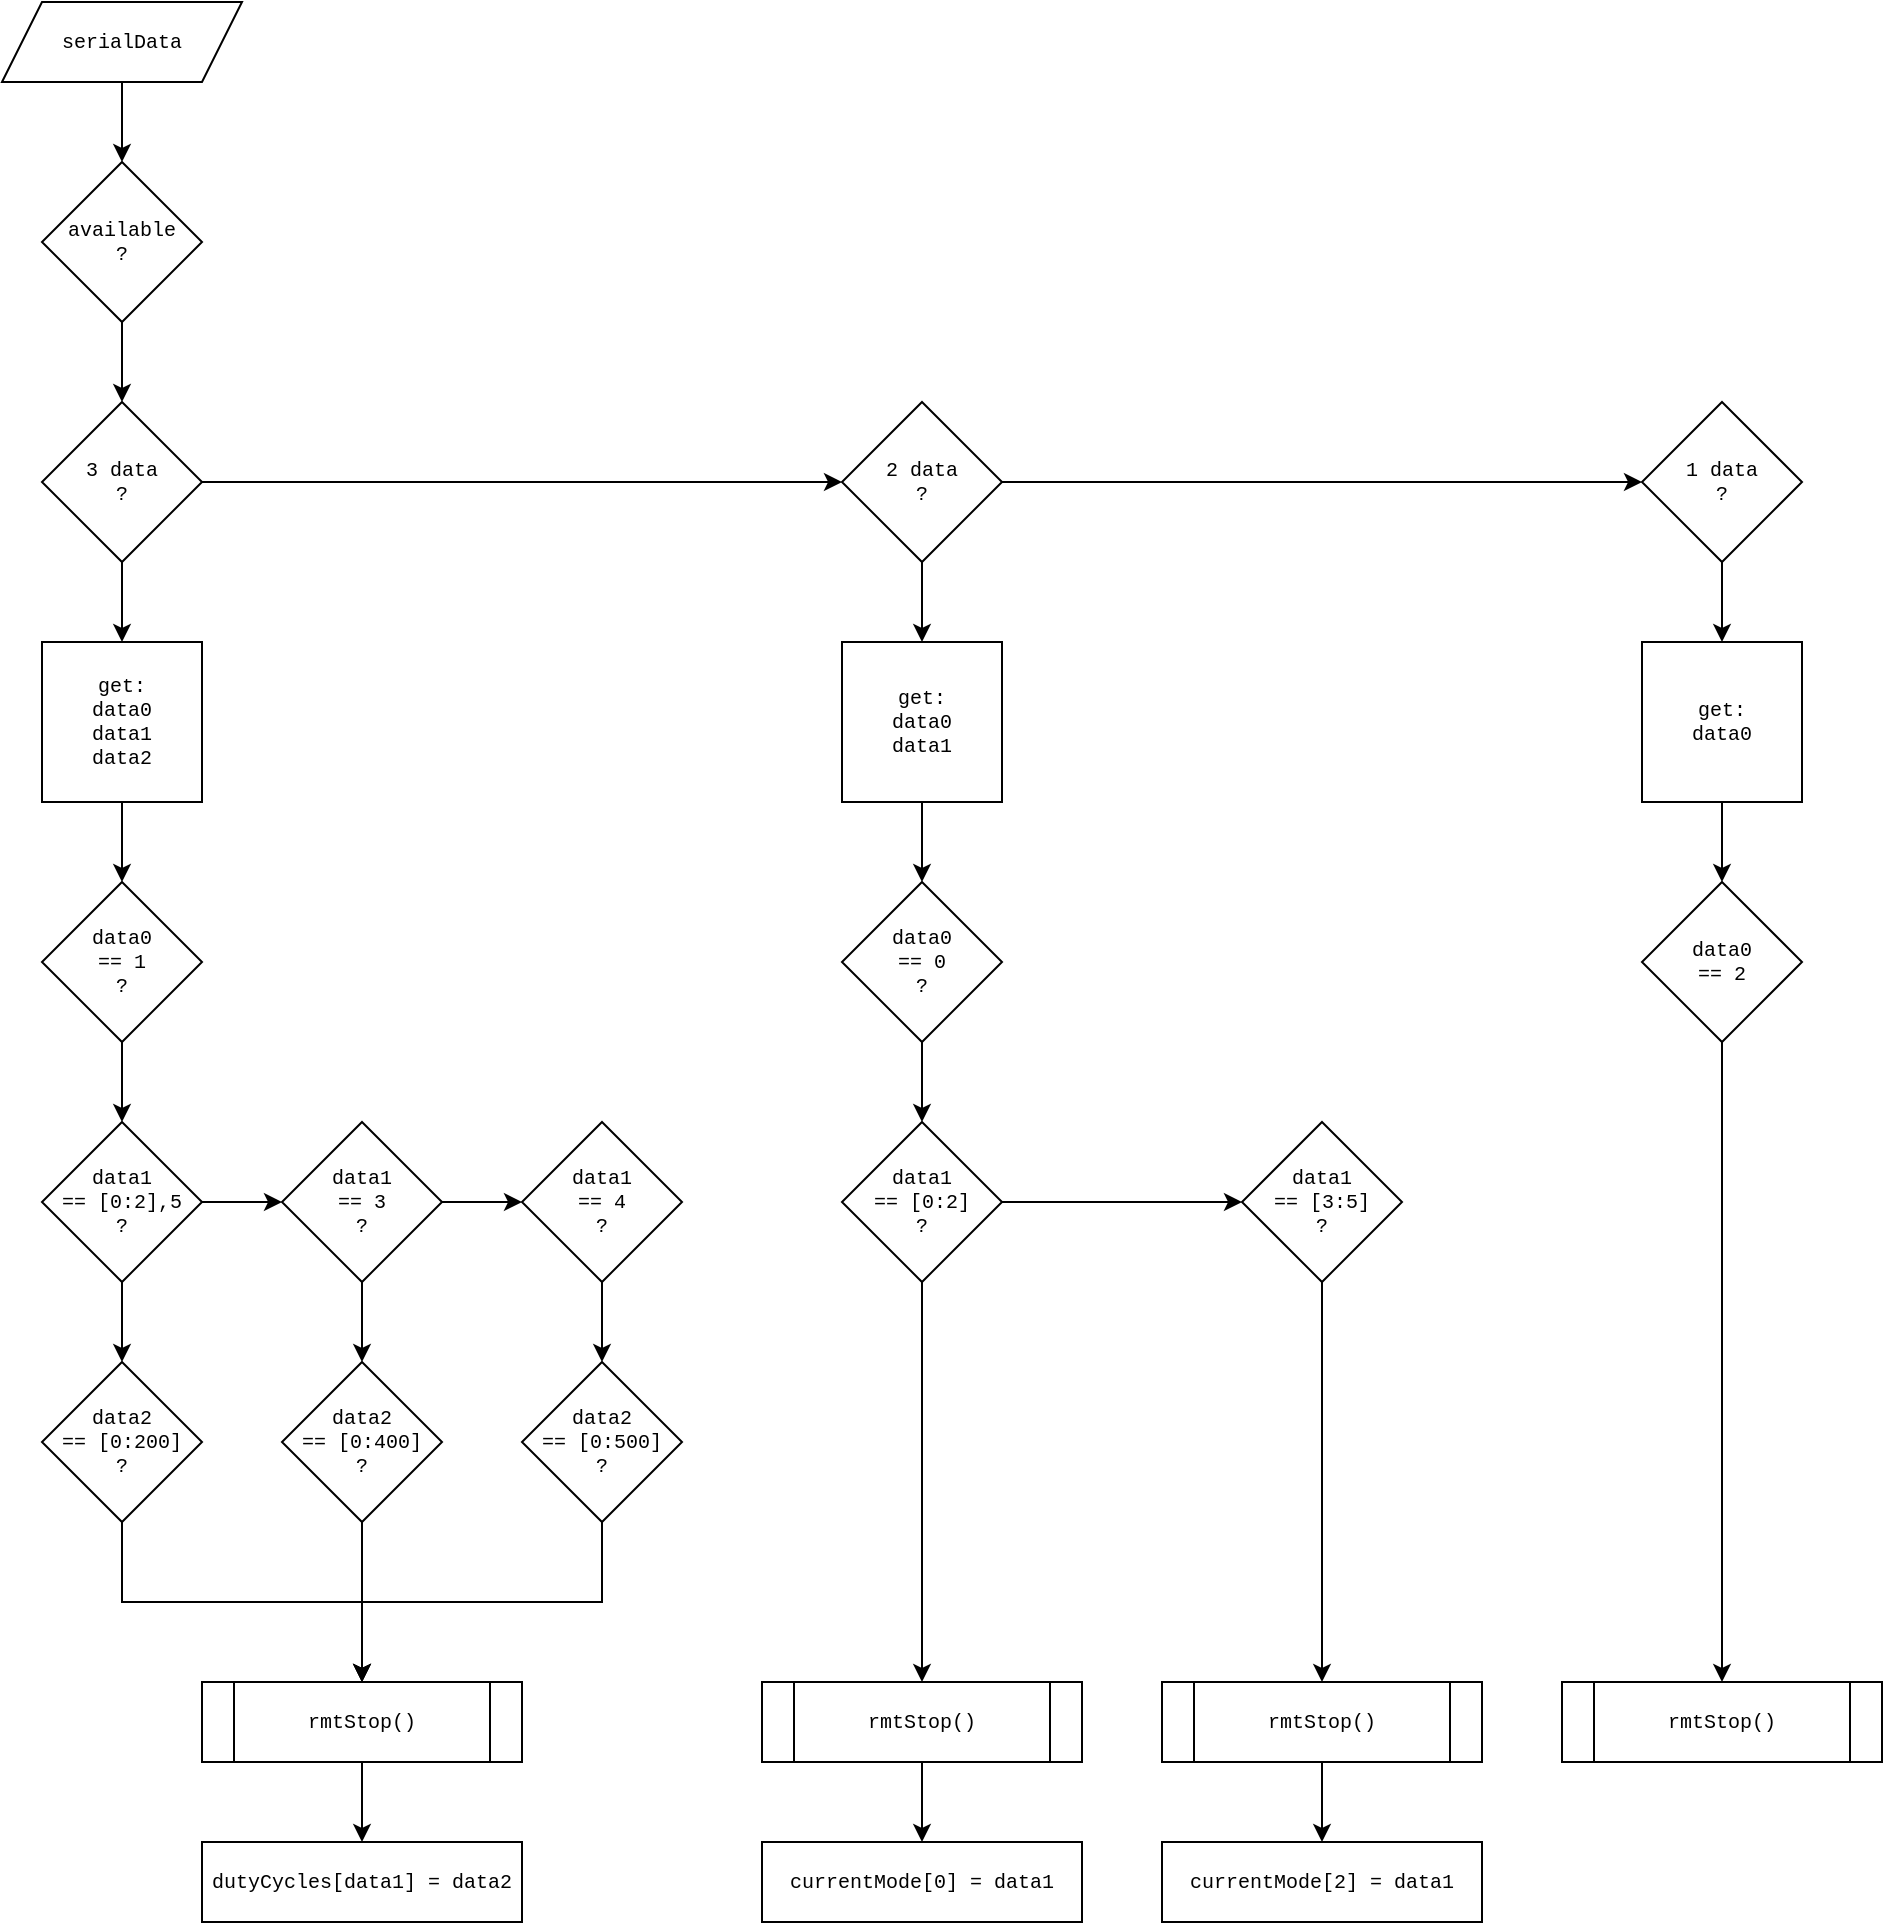
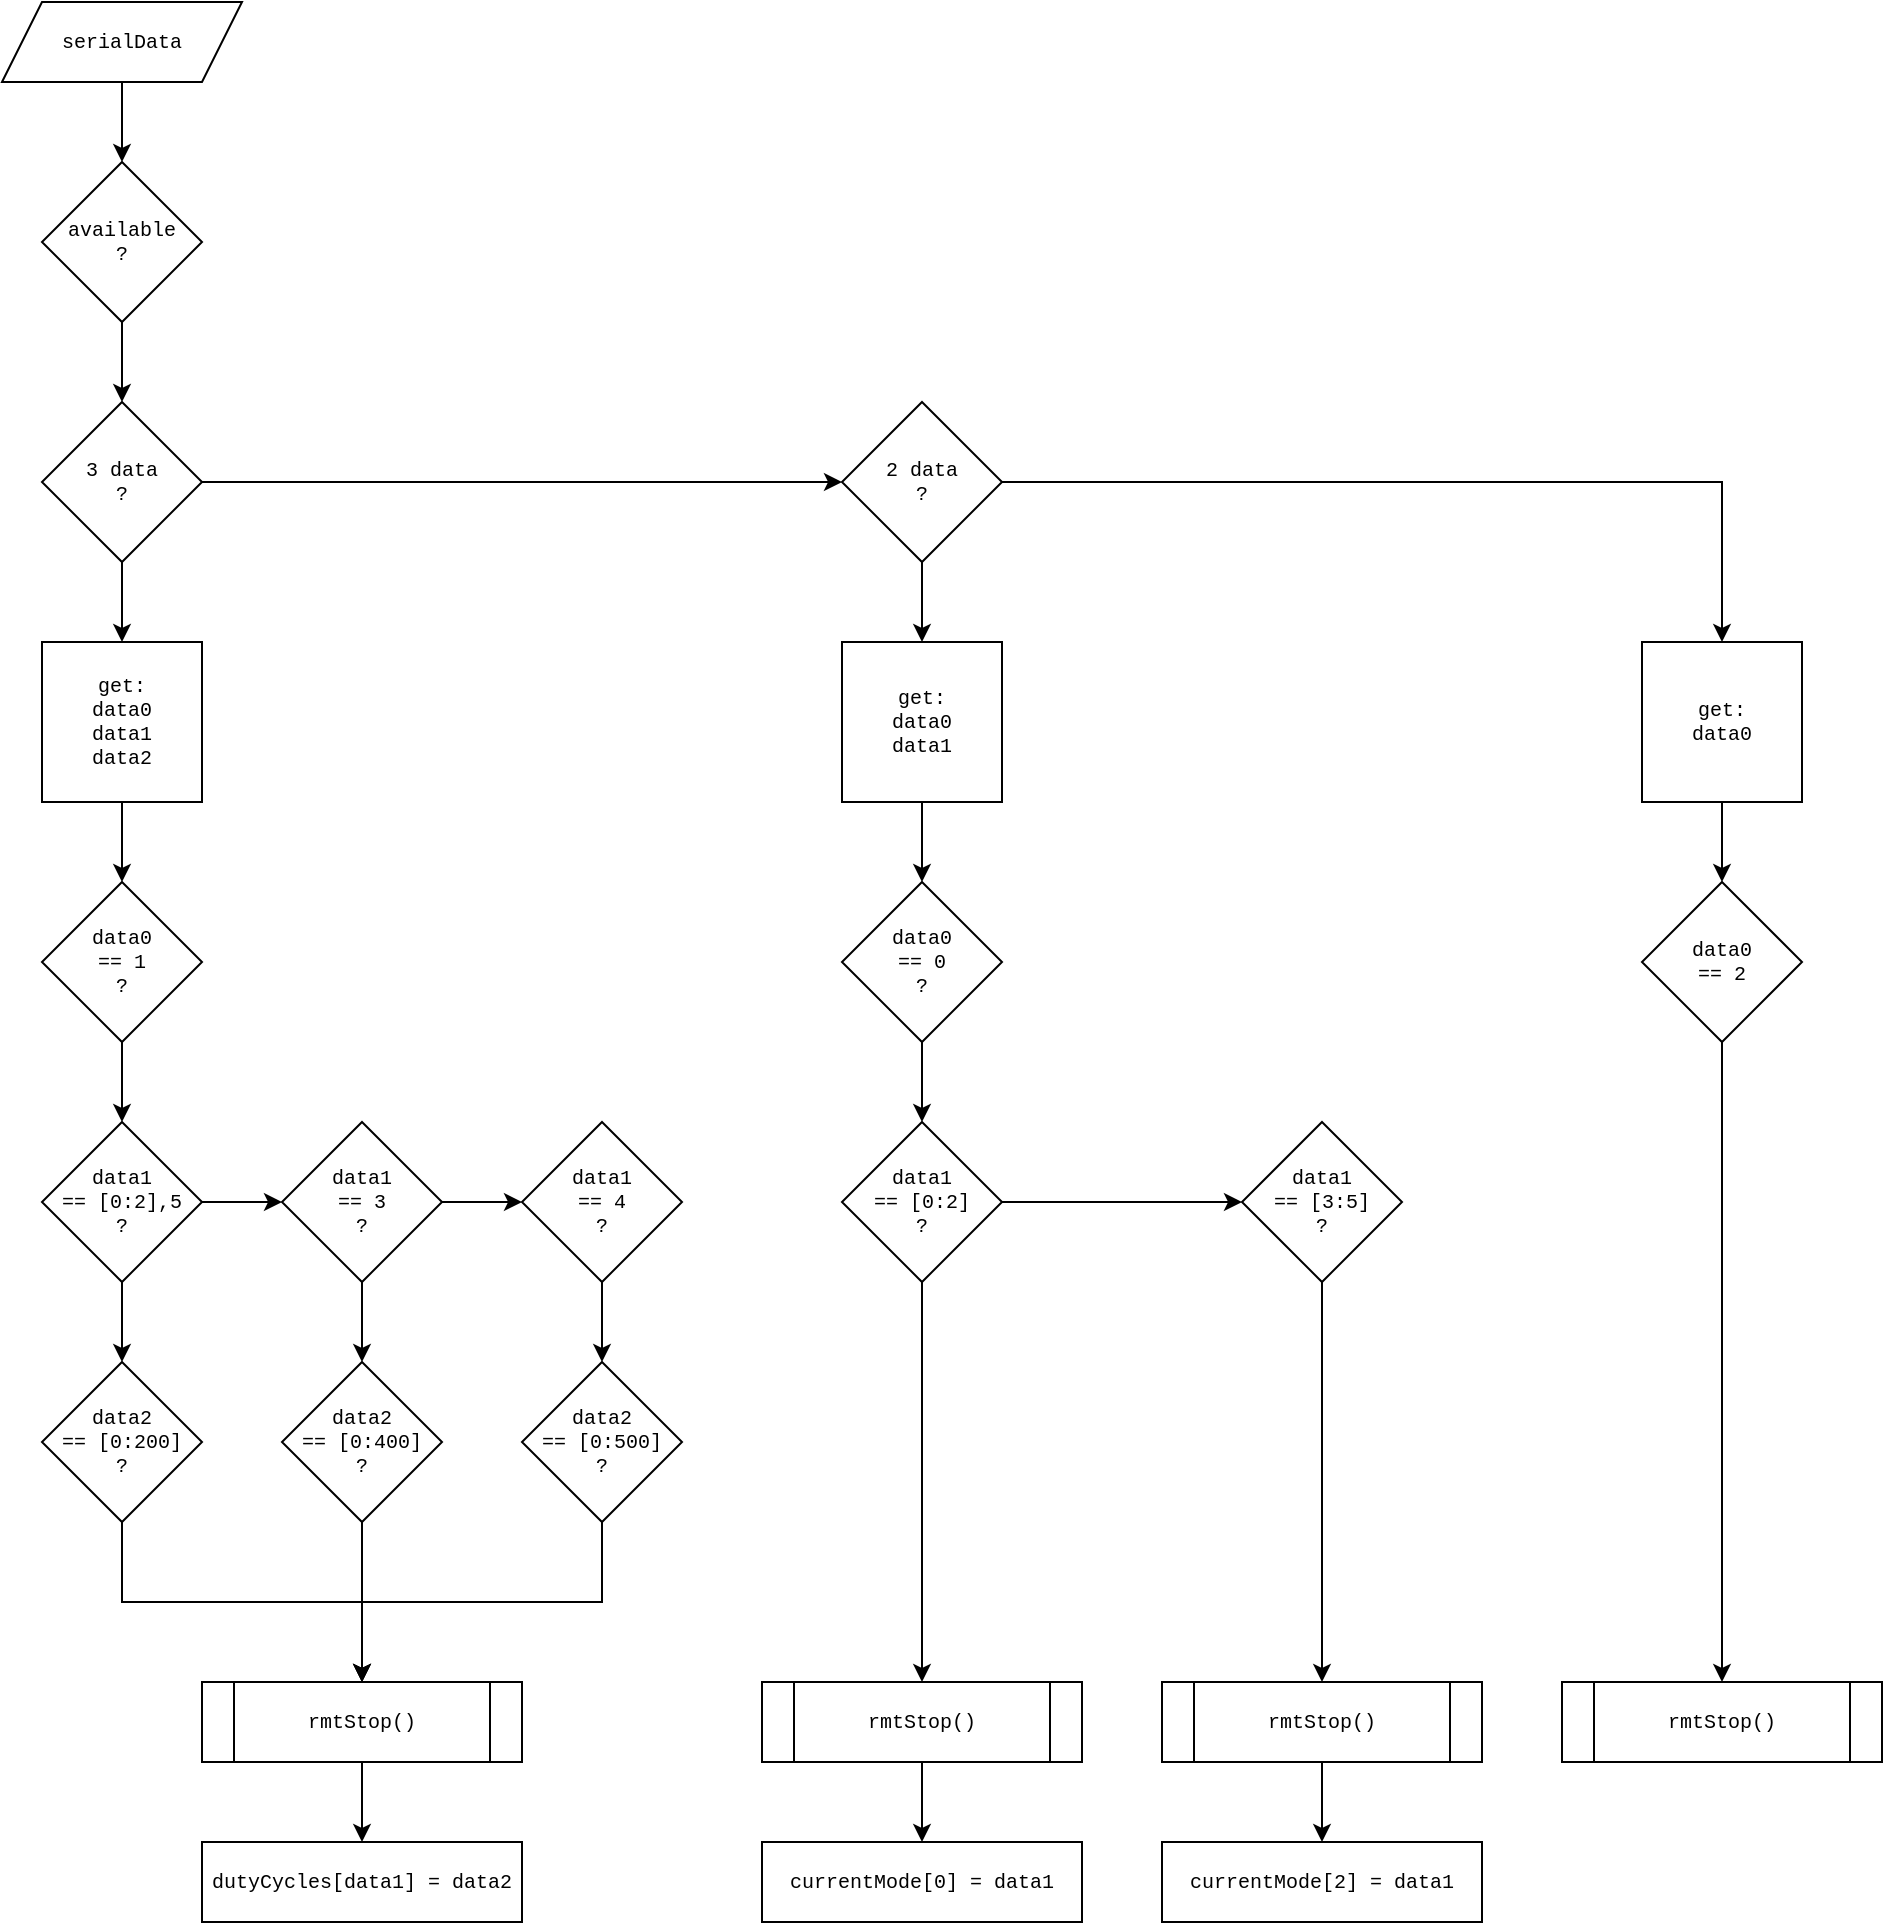
<mxfile host="Electron" agent="Mozilla/5.0 (Macintosh; Intel Mac OS X 10_15_7) AppleWebKit/537.36 (KHTML, like Gecko) draw.io/27.0.9 Chrome/134.0.6998.205 Electron/35.4.0 Safari/537.36" version="27.0.9">
  <diagram name="Page-1" id="Tukd1x7qZ8iCeSB55vUn">
-     <mxGraphModel dx="1351" dy="1046" grid="1" gridSize="10" guides="1" tooltips="1" connect="1" arrows="1" fold="1" page="1" pageScale="1" pageWidth="850" pageHeight="1100" math="0" shadow="0">
+     <mxGraphModel dx="946" dy="732" grid="1" gridSize="10" guides="1" tooltips="1" connect="1" arrows="1" fold="1" page="1" pageScale="1" pageWidth="850" pageHeight="1100" math="0" shadow="0">
      <root>
        <mxCell id="0" />
        <mxCell id="1" parent="0" />
        <mxCell id="8KuSAU8IKoy1Pfr8xye9-33" style="edgeStyle=orthogonalEdgeStyle;rounded=0;orthogonalLoop=1;jettySize=auto;html=1;exitX=0.5;exitY=1;exitDx=0;exitDy=0;entryX=0.5;entryY=0;entryDx=0;entryDy=0;" edge="1" parent="1" source="8KuSAU8IKoy1Pfr8xye9-1" target="8KuSAU8IKoy1Pfr8xye9-24">
          <mxGeometry relative="1" as="geometry" />
        </mxCell>
        <mxCell id="8KuSAU8IKoy1Pfr8xye9-1" value="&lt;div&gt;get:&lt;/div&gt;data0&lt;div&gt;data1&lt;/div&gt;&lt;div&gt;data2&lt;/div&gt;" style="rounded=0;whiteSpace=wrap;html=1;fontFamily=Courier New;fontSize=10;" vertex="1" parent="1">
          <mxGeometry x="180" y="400" width="80" height="80" as="geometry" />
        </mxCell>
        <mxCell id="8KuSAU8IKoy1Pfr8xye9-7" style="edgeStyle=orthogonalEdgeStyle;rounded=0;orthogonalLoop=1;jettySize=auto;html=1;exitX=0.5;exitY=1;exitDx=0;exitDy=0;entryX=0.5;entryY=0;entryDx=0;entryDy=0;" edge="1" parent="1" source="8KuSAU8IKoy1Pfr8xye9-2" target="8KuSAU8IKoy1Pfr8xye9-3">
          <mxGeometry relative="1" as="geometry" />
        </mxCell>
        <mxCell id="8KuSAU8IKoy1Pfr8xye9-2" value="serialData" style="shape=parallelogram;perimeter=parallelogramPerimeter;whiteSpace=wrap;html=1;fixedSize=1;fontSize=10;fontFamily=Courier New;" vertex="1" parent="1">
          <mxGeometry x="160" y="80" width="120" height="40" as="geometry" />
        </mxCell>
        <mxCell id="8KuSAU8IKoy1Pfr8xye9-8" style="edgeStyle=orthogonalEdgeStyle;rounded=0;orthogonalLoop=1;jettySize=auto;html=1;exitX=0.5;exitY=1;exitDx=0;exitDy=0;entryX=0.5;entryY=0;entryDx=0;entryDy=0;" edge="1" parent="1" source="8KuSAU8IKoy1Pfr8xye9-3" target="8KuSAU8IKoy1Pfr8xye9-4">
          <mxGeometry relative="1" as="geometry" />
        </mxCell>
        <mxCell id="8KuSAU8IKoy1Pfr8xye9-3" value="available&lt;div&gt;?&lt;/div&gt;" style="rhombus;whiteSpace=wrap;html=1;fontSize=10;fontFamily=Courier New;" vertex="1" parent="1">
          <mxGeometry x="180" y="160" width="80" height="80" as="geometry" />
        </mxCell>
        <mxCell id="8KuSAU8IKoy1Pfr8xye9-9" style="edgeStyle=orthogonalEdgeStyle;rounded=0;orthogonalLoop=1;jettySize=auto;html=1;exitX=1;exitY=0.5;exitDx=0;exitDy=0;entryX=0;entryY=0.5;entryDx=0;entryDy=0;" edge="1" parent="1" source="8KuSAU8IKoy1Pfr8xye9-4" target="8KuSAU8IKoy1Pfr8xye9-5">
          <mxGeometry relative="1" as="geometry" />
        </mxCell>
        <mxCell id="8KuSAU8IKoy1Pfr8xye9-15" style="edgeStyle=orthogonalEdgeStyle;rounded=0;orthogonalLoop=1;jettySize=auto;html=1;exitX=0.5;exitY=1;exitDx=0;exitDy=0;entryX=0.5;entryY=0;entryDx=0;entryDy=0;" edge="1" parent="1" source="8KuSAU8IKoy1Pfr8xye9-4" target="8KuSAU8IKoy1Pfr8xye9-1">
          <mxGeometry relative="1" as="geometry" />
        </mxCell>
        <mxCell id="8KuSAU8IKoy1Pfr8xye9-4" value="3 data&lt;div&gt;?&lt;/div&gt;" style="rhombus;whiteSpace=wrap;html=1;fontSize=10;fontFamily=Courier New;" vertex="1" parent="1">
          <mxGeometry x="180" y="280" width="80" height="80" as="geometry" />
        </mxCell>
-         <mxCell id="8KuSAU8IKoy1Pfr8xye9-10" style="edgeStyle=orthogonalEdgeStyle;rounded=0;orthogonalLoop=1;jettySize=auto;html=1;exitX=1;exitY=0.5;exitDx=0;exitDy=0;entryX=0;entryY=0.5;entryDx=0;entryDy=0;" edge="1" parent="1" source="8KuSAU8IKoy1Pfr8xye9-5" target="8KuSAU8IKoy1Pfr8xye9-6">
+         <mxCell id="8KuSAU8IKoy1Pfr8xye9-16" style="edgeStyle=orthogonalEdgeStyle;rounded=0;orthogonalLoop=1;jettySize=auto;html=1;exitX=0.5;exitY=1;exitDx=0;exitDy=0;entryX=0.5;entryY=0;entryDx=0;entryDy=0;" edge="1" parent="1" source="8KuSAU8IKoy1Pfr8xye9-5" target="8KuSAU8IKoy1Pfr8xye9-13">
          <mxGeometry relative="1" as="geometry" />
        </mxCell>
-         <mxCell id="8KuSAU8IKoy1Pfr8xye9-16" style="edgeStyle=orthogonalEdgeStyle;rounded=0;orthogonalLoop=1;jettySize=auto;html=1;exitX=0.5;exitY=1;exitDx=0;exitDy=0;entryX=0.5;entryY=0;entryDx=0;entryDy=0;" edge="1" parent="1" source="8KuSAU8IKoy1Pfr8xye9-5" target="8KuSAU8IKoy1Pfr8xye9-13">
+         <mxCell id="8KuSAU8IKoy1Pfr8xye9-99" style="edgeStyle=orthogonalEdgeStyle;rounded=0;orthogonalLoop=1;jettySize=auto;html=1;exitX=1;exitY=0.5;exitDx=0;exitDy=0;entryX=0.5;entryY=0;entryDx=0;entryDy=0;" edge="1" parent="1" source="8KuSAU8IKoy1Pfr8xye9-5" target="8KuSAU8IKoy1Pfr8xye9-14">
          <mxGeometry relative="1" as="geometry" />
        </mxCell>
        <mxCell id="8KuSAU8IKoy1Pfr8xye9-5" value="2 data&lt;div&gt;?&lt;/div&gt;" style="rhombus;whiteSpace=wrap;html=1;fontSize=10;fontFamily=Courier New;" vertex="1" parent="1">
          <mxGeometry x="580" y="280" width="80" height="80" as="geometry" />
-         </mxCell>
-         <mxCell id="8KuSAU8IKoy1Pfr8xye9-17" style="edgeStyle=orthogonalEdgeStyle;rounded=0;orthogonalLoop=1;jettySize=auto;html=1;exitX=0.5;exitY=1;exitDx=0;exitDy=0;entryX=0.5;entryY=0;entryDx=0;entryDy=0;" edge="1" parent="1" source="8KuSAU8IKoy1Pfr8xye9-6" target="8KuSAU8IKoy1Pfr8xye9-14">
-           <mxGeometry relative="1" as="geometry" />
-         </mxCell>
-         <mxCell id="8KuSAU8IKoy1Pfr8xye9-6" value="1 data&lt;div&gt;?&lt;/div&gt;" style="rhombus;whiteSpace=wrap;html=1;fontSize=10;fontFamily=Courier New;" vertex="1" parent="1">
-           <mxGeometry x="980" y="280" width="80" height="80" as="geometry" />
        </mxCell>
        <mxCell id="8KuSAU8IKoy1Pfr8xye9-96" style="edgeStyle=orthogonalEdgeStyle;rounded=0;orthogonalLoop=1;jettySize=auto;html=1;exitX=0.5;exitY=1;exitDx=0;exitDy=0;entryX=0.5;entryY=0;entryDx=0;entryDy=0;" edge="1" parent="1" source="8KuSAU8IKoy1Pfr8xye9-11" target="8KuSAU8IKoy1Pfr8xye9-92">
          <mxGeometry relative="1" as="geometry" />
        </mxCell>
        <mxCell id="8KuSAU8IKoy1Pfr8xye9-11" value="data0&lt;div&gt;== 2&lt;/div&gt;" style="rhombus;whiteSpace=wrap;html=1;fontSize=10;fontFamily=Courier New;" vertex="1" parent="1">
          <mxGeometry x="980" y="520" width="80" height="80" as="geometry" />
        </mxCell>
        <mxCell id="8KuSAU8IKoy1Pfr8xye9-69" style="edgeStyle=orthogonalEdgeStyle;rounded=0;orthogonalLoop=1;jettySize=auto;html=1;exitX=0.5;exitY=1;exitDx=0;exitDy=0;entryX=0.5;entryY=0;entryDx=0;entryDy=0;" edge="1" parent="1" source="8KuSAU8IKoy1Pfr8xye9-13" target="8KuSAU8IKoy1Pfr8xye9-25">
          <mxGeometry relative="1" as="geometry" />
        </mxCell>
        <mxCell id="8KuSAU8IKoy1Pfr8xye9-13" value="&lt;div&gt;get:&lt;/div&gt;data0&lt;div&gt;data1&lt;/div&gt;" style="rounded=0;whiteSpace=wrap;html=1;fontFamily=Courier New;fontSize=10;" vertex="1" parent="1">
          <mxGeometry x="580" y="400" width="80" height="80" as="geometry" />
        </mxCell>
        <mxCell id="8KuSAU8IKoy1Pfr8xye9-18" style="edgeStyle=orthogonalEdgeStyle;rounded=0;orthogonalLoop=1;jettySize=auto;html=1;exitX=0.5;exitY=1;exitDx=0;exitDy=0;entryX=0.5;entryY=0;entryDx=0;entryDy=0;" edge="1" parent="1" source="8KuSAU8IKoy1Pfr8xye9-14" target="8KuSAU8IKoy1Pfr8xye9-11">
          <mxGeometry relative="1" as="geometry" />
        </mxCell>
        <mxCell id="8KuSAU8IKoy1Pfr8xye9-14" value="&lt;div&gt;get:&lt;/div&gt;data0" style="rounded=0;whiteSpace=wrap;html=1;fontFamily=Courier New;fontSize=10;" vertex="1" parent="1">
          <mxGeometry x="980" y="400" width="80" height="80" as="geometry" />
        </mxCell>
        <mxCell id="8KuSAU8IKoy1Pfr8xye9-60" style="edgeStyle=orthogonalEdgeStyle;rounded=0;orthogonalLoop=1;jettySize=auto;html=1;exitX=0.5;exitY=1;exitDx=0;exitDy=0;entryX=0.5;entryY=0;entryDx=0;entryDy=0;" edge="1" parent="1" source="8KuSAU8IKoy1Pfr8xye9-24" target="8KuSAU8IKoy1Pfr8xye9-28">
          <mxGeometry relative="1" as="geometry" />
        </mxCell>
        <mxCell id="8KuSAU8IKoy1Pfr8xye9-24" value="data0&lt;div&gt;&lt;span style=&quot;background-color: transparent; color: light-dark(rgb(0, 0, 0), rgb(255, 255, 255));&quot;&gt;== 1&lt;/span&gt;&lt;/div&gt;&lt;div&gt;&lt;span style=&quot;background-color: transparent; color: light-dark(rgb(0, 0, 0), rgb(255, 255, 255));&quot;&gt;?&lt;/span&gt;&lt;/div&gt;" style="rhombus;whiteSpace=wrap;html=1;fontSize=10;fontFamily=Courier New;" vertex="1" parent="1">
          <mxGeometry x="180" y="520" width="80" height="80" as="geometry" />
        </mxCell>
        <mxCell id="8KuSAU8IKoy1Pfr8xye9-77" style="edgeStyle=orthogonalEdgeStyle;rounded=0;orthogonalLoop=1;jettySize=auto;html=1;exitX=0.5;exitY=1;exitDx=0;exitDy=0;entryX=0.5;entryY=0;entryDx=0;entryDy=0;" edge="1" parent="1" source="8KuSAU8IKoy1Pfr8xye9-25" target="8KuSAU8IKoy1Pfr8xye9-70">
          <mxGeometry relative="1" as="geometry" />
        </mxCell>
        <mxCell id="8KuSAU8IKoy1Pfr8xye9-25" value="data0&lt;div&gt;&lt;span style=&quot;background-color: transparent; color: light-dark(rgb(0, 0, 0), rgb(255, 255, 255));&quot;&gt;== 0&lt;/span&gt;&lt;/div&gt;&lt;div&gt;&lt;span style=&quot;background-color: transparent; color: light-dark(rgb(0, 0, 0), rgb(255, 255, 255));&quot;&gt;?&lt;/span&gt;&lt;/div&gt;" style="rhombus;whiteSpace=wrap;html=1;fontSize=10;fontFamily=Courier New;" vertex="1" parent="1">
          <mxGeometry x="580" y="520" width="80" height="80" as="geometry" />
        </mxCell>
        <mxCell id="8KuSAU8IKoy1Pfr8xye9-39" style="edgeStyle=orthogonalEdgeStyle;rounded=0;orthogonalLoop=1;jettySize=auto;html=1;exitX=0.5;exitY=1;exitDx=0;exitDy=0;entryX=0.5;entryY=0;entryDx=0;entryDy=0;" edge="1" parent="1" source="8KuSAU8IKoy1Pfr8xye9-28" target="8KuSAU8IKoy1Pfr8xye9-30">
          <mxGeometry relative="1" as="geometry" />
        </mxCell>
        <mxCell id="8KuSAU8IKoy1Pfr8xye9-43" style="edgeStyle=orthogonalEdgeStyle;rounded=0;orthogonalLoop=1;jettySize=auto;html=1;exitX=1;exitY=0.5;exitDx=0;exitDy=0;entryX=0;entryY=0.5;entryDx=0;entryDy=0;" edge="1" parent="1" source="8KuSAU8IKoy1Pfr8xye9-28" target="8KuSAU8IKoy1Pfr8xye9-32">
          <mxGeometry relative="1" as="geometry" />
        </mxCell>
        <mxCell id="8KuSAU8IKoy1Pfr8xye9-28" value="data1&lt;div&gt;&lt;span style=&quot;background-color: transparent; color: light-dark(rgb(0, 0, 0), rgb(255, 255, 255));&quot;&gt;== [0:2],5&lt;/span&gt;&lt;/div&gt;&lt;div&gt;&lt;span style=&quot;background-color: transparent; color: light-dark(rgb(0, 0, 0), rgb(255, 255, 255));&quot;&gt;?&lt;/span&gt;&lt;/div&gt;" style="rhombus;whiteSpace=wrap;html=1;fontSize=10;fontFamily=Courier New;" vertex="1" parent="1">
          <mxGeometry x="180" y="640" width="80" height="80" as="geometry" />
        </mxCell>
        <mxCell id="8KuSAU8IKoy1Pfr8xye9-97" style="edgeStyle=orthogonalEdgeStyle;rounded=0;orthogonalLoop=1;jettySize=auto;html=1;exitX=0.5;exitY=1;exitDx=0;exitDy=0;entryX=0.5;entryY=0;entryDx=0;entryDy=0;" edge="1" parent="1" source="8KuSAU8IKoy1Pfr8xye9-30" target="8KuSAU8IKoy1Pfr8xye9-84">
          <mxGeometry relative="1" as="geometry" />
        </mxCell>
        <mxCell id="8KuSAU8IKoy1Pfr8xye9-30" value="data2&lt;div&gt;&lt;span style=&quot;background-color: transparent; color: light-dark(rgb(0, 0, 0), rgb(255, 255, 255));&quot;&gt;== [0:200]&lt;/span&gt;&lt;/div&gt;&lt;div&gt;&lt;span style=&quot;background-color: transparent; color: light-dark(rgb(0, 0, 0), rgb(255, 255, 255));&quot;&gt;?&lt;/span&gt;&lt;/div&gt;" style="rhombus;whiteSpace=wrap;html=1;fontSize=10;fontFamily=Courier New;" vertex="1" parent="1">
          <mxGeometry x="180" y="760" width="80" height="80" as="geometry" />
        </mxCell>
        <mxCell id="8KuSAU8IKoy1Pfr8xye9-44" style="edgeStyle=orthogonalEdgeStyle;rounded=0;orthogonalLoop=1;jettySize=auto;html=1;exitX=0.5;exitY=1;exitDx=0;exitDy=0;entryX=0.5;entryY=0;entryDx=0;entryDy=0;" edge="1" parent="1" source="8KuSAU8IKoy1Pfr8xye9-32" target="8KuSAU8IKoy1Pfr8xye9-41">
          <mxGeometry relative="1" as="geometry" />
        </mxCell>
        <mxCell id="8KuSAU8IKoy1Pfr8xye9-45" style="edgeStyle=orthogonalEdgeStyle;rounded=0;orthogonalLoop=1;jettySize=auto;html=1;exitX=1;exitY=0.5;exitDx=0;exitDy=0;entryX=0;entryY=0.5;entryDx=0;entryDy=0;" edge="1" parent="1" source="8KuSAU8IKoy1Pfr8xye9-32" target="8KuSAU8IKoy1Pfr8xye9-40">
          <mxGeometry relative="1" as="geometry" />
        </mxCell>
        <mxCell id="8KuSAU8IKoy1Pfr8xye9-32" value="data1&lt;div&gt;&lt;span style=&quot;background-color: transparent; color: light-dark(rgb(0, 0, 0), rgb(255, 255, 255));&quot;&gt;== 3&lt;/span&gt;&lt;/div&gt;&lt;div&gt;&lt;span style=&quot;background-color: transparent; color: light-dark(rgb(0, 0, 0), rgb(255, 255, 255));&quot;&gt;?&lt;/span&gt;&lt;/div&gt;" style="rhombus;whiteSpace=wrap;html=1;fontSize=10;fontFamily=Courier New;" vertex="1" parent="1">
          <mxGeometry x="300" y="640" width="80" height="80" as="geometry" />
        </mxCell>
        <mxCell id="8KuSAU8IKoy1Pfr8xye9-46" style="edgeStyle=orthogonalEdgeStyle;rounded=0;orthogonalLoop=1;jettySize=auto;html=1;exitX=0.5;exitY=1;exitDx=0;exitDy=0;entryX=0.5;entryY=0;entryDx=0;entryDy=0;" edge="1" parent="1" source="8KuSAU8IKoy1Pfr8xye9-40" target="8KuSAU8IKoy1Pfr8xye9-42">
          <mxGeometry relative="1" as="geometry" />
        </mxCell>
        <mxCell id="8KuSAU8IKoy1Pfr8xye9-40" value="data1&lt;div&gt;&lt;span style=&quot;background-color: transparent; color: light-dark(rgb(0, 0, 0), rgb(255, 255, 255));&quot;&gt;== 4&lt;/span&gt;&lt;/div&gt;&lt;div&gt;&lt;span style=&quot;background-color: transparent; color: light-dark(rgb(0, 0, 0), rgb(255, 255, 255));&quot;&gt;?&lt;/span&gt;&lt;/div&gt;" style="rhombus;whiteSpace=wrap;html=1;fontSize=10;fontFamily=Courier New;" vertex="1" parent="1">
          <mxGeometry x="420" y="640" width="80" height="80" as="geometry" />
        </mxCell>
        <mxCell id="8KuSAU8IKoy1Pfr8xye9-85" style="edgeStyle=orthogonalEdgeStyle;rounded=0;orthogonalLoop=1;jettySize=auto;html=1;exitX=0.5;exitY=1;exitDx=0;exitDy=0;entryX=0.5;entryY=0;entryDx=0;entryDy=0;" edge="1" parent="1" source="8KuSAU8IKoy1Pfr8xye9-41" target="8KuSAU8IKoy1Pfr8xye9-84">
          <mxGeometry relative="1" as="geometry" />
        </mxCell>
        <mxCell id="8KuSAU8IKoy1Pfr8xye9-41" value="data2&lt;div&gt;&lt;span style=&quot;background-color: transparent; color: light-dark(rgb(0, 0, 0), rgb(255, 255, 255));&quot;&gt;== [0:400]&lt;/span&gt;&lt;/div&gt;&lt;div&gt;&lt;span style=&quot;background-color: transparent; color: light-dark(rgb(0, 0, 0), rgb(255, 255, 255));&quot;&gt;?&lt;/span&gt;&lt;/div&gt;" style="rhombus;whiteSpace=wrap;html=1;fontSize=10;fontFamily=Courier New;" vertex="1" parent="1">
          <mxGeometry x="300" y="760" width="80" height="80" as="geometry" />
        </mxCell>
        <mxCell id="8KuSAU8IKoy1Pfr8xye9-98" style="edgeStyle=orthogonalEdgeStyle;rounded=0;orthogonalLoop=1;jettySize=auto;html=1;exitX=0.5;exitY=1;exitDx=0;exitDy=0;entryX=0.5;entryY=0;entryDx=0;entryDy=0;" edge="1" parent="1" source="8KuSAU8IKoy1Pfr8xye9-42" target="8KuSAU8IKoy1Pfr8xye9-84">
          <mxGeometry relative="1" as="geometry" />
        </mxCell>
        <mxCell id="8KuSAU8IKoy1Pfr8xye9-42" value="data2&lt;div&gt;&lt;span style=&quot;background-color: transparent; color: light-dark(rgb(0, 0, 0), rgb(255, 255, 255));&quot;&gt;== [0:500]&lt;/span&gt;&lt;/div&gt;&lt;div&gt;&lt;span style=&quot;background-color: transparent; color: light-dark(rgb(0, 0, 0), rgb(255, 255, 255));&quot;&gt;?&lt;/span&gt;&lt;/div&gt;" style="rhombus;whiteSpace=wrap;html=1;fontSize=10;fontFamily=Courier New;" vertex="1" parent="1">
          <mxGeometry x="420" y="760" width="80" height="80" as="geometry" />
        </mxCell>
        <mxCell id="8KuSAU8IKoy1Pfr8xye9-47" value="&lt;div&gt;dutyCycles[data1] = data2&lt;/div&gt;" style="rounded=0;whiteSpace=wrap;html=1;fontFamily=Courier New;fontSize=10;" vertex="1" parent="1">
          <mxGeometry x="260" y="1000" width="160" height="40" as="geometry" />
        </mxCell>
        <mxCell id="8KuSAU8IKoy1Pfr8xye9-76" style="edgeStyle=orthogonalEdgeStyle;rounded=0;orthogonalLoop=1;jettySize=auto;html=1;exitX=1;exitY=0.5;exitDx=0;exitDy=0;entryX=0;entryY=0.5;entryDx=0;entryDy=0;" edge="1" parent="1" source="8KuSAU8IKoy1Pfr8xye9-70" target="8KuSAU8IKoy1Pfr8xye9-72">
          <mxGeometry relative="1" as="geometry" />
        </mxCell>
        <mxCell id="8KuSAU8IKoy1Pfr8xye9-88" style="edgeStyle=orthogonalEdgeStyle;rounded=0;orthogonalLoop=1;jettySize=auto;html=1;exitX=0.5;exitY=1;exitDx=0;exitDy=0;entryX=0.5;entryY=0;entryDx=0;entryDy=0;" edge="1" parent="1" source="8KuSAU8IKoy1Pfr8xye9-70" target="8KuSAU8IKoy1Pfr8xye9-86">
          <mxGeometry relative="1" as="geometry" />
        </mxCell>
        <mxCell id="8KuSAU8IKoy1Pfr8xye9-70" value="data1&lt;div&gt;&lt;span style=&quot;background-color: transparent; color: light-dark(rgb(0, 0, 0), rgb(255, 255, 255));&quot;&gt;== [0:2]&lt;/span&gt;&lt;/div&gt;&lt;div&gt;&lt;span style=&quot;background-color: transparent; color: light-dark(rgb(0, 0, 0), rgb(255, 255, 255));&quot;&gt;?&lt;/span&gt;&lt;/div&gt;" style="rhombus;whiteSpace=wrap;html=1;fontSize=10;fontFamily=Courier New;" vertex="1" parent="1">
          <mxGeometry x="580" y="640" width="80" height="80" as="geometry" />
        </mxCell>
        <mxCell id="8KuSAU8IKoy1Pfr8xye9-71" value="&lt;div&gt;currentMode[0] = data1&lt;/div&gt;" style="rounded=0;whiteSpace=wrap;html=1;fontFamily=Courier New;fontSize=10;" vertex="1" parent="1">
          <mxGeometry x="540" y="1000" width="160" height="40" as="geometry" />
        </mxCell>
        <mxCell id="8KuSAU8IKoy1Pfr8xye9-89" style="edgeStyle=orthogonalEdgeStyle;rounded=0;orthogonalLoop=1;jettySize=auto;html=1;exitX=0.5;exitY=1;exitDx=0;exitDy=0;entryX=0.5;entryY=0;entryDx=0;entryDy=0;" edge="1" parent="1" source="8KuSAU8IKoy1Pfr8xye9-72" target="8KuSAU8IKoy1Pfr8xye9-87">
          <mxGeometry relative="1" as="geometry" />
        </mxCell>
        <mxCell id="8KuSAU8IKoy1Pfr8xye9-72" value="data1&lt;div&gt;&lt;span style=&quot;background-color: transparent; color: light-dark(rgb(0, 0, 0), rgb(255, 255, 255));&quot;&gt;== [3:5]&lt;/span&gt;&lt;/div&gt;&lt;div&gt;&lt;span style=&quot;background-color: transparent; color: light-dark(rgb(0, 0, 0), rgb(255, 255, 255));&quot;&gt;?&lt;/span&gt;&lt;/div&gt;" style="rhombus;whiteSpace=wrap;html=1;fontSize=10;fontFamily=Courier New;" vertex="1" parent="1">
          <mxGeometry x="780" y="640" width="80" height="80" as="geometry" />
        </mxCell>
        <mxCell id="8KuSAU8IKoy1Pfr8xye9-73" value="&lt;div&gt;currentMode[2] = data1&lt;/div&gt;" style="rounded=0;whiteSpace=wrap;html=1;fontFamily=Courier New;fontSize=10;" vertex="1" parent="1">
          <mxGeometry x="740" y="1000" width="160" height="40" as="geometry" />
        </mxCell>
        <mxCell id="8KuSAU8IKoy1Pfr8xye9-93" style="edgeStyle=orthogonalEdgeStyle;rounded=0;orthogonalLoop=1;jettySize=auto;html=1;exitX=0.5;exitY=1;exitDx=0;exitDy=0;entryX=0.5;entryY=0;entryDx=0;entryDy=0;" edge="1" parent="1" source="8KuSAU8IKoy1Pfr8xye9-84" target="8KuSAU8IKoy1Pfr8xye9-47">
          <mxGeometry relative="1" as="geometry" />
        </mxCell>
        <mxCell id="8KuSAU8IKoy1Pfr8xye9-84" value="rmtStop()" style="shape=process;whiteSpace=wrap;html=1;backgroundOutline=1;fontFamily=Courier New;fontSize=10;" vertex="1" parent="1">
          <mxGeometry x="260" y="920" width="160" height="40" as="geometry" />
        </mxCell>
        <mxCell id="8KuSAU8IKoy1Pfr8xye9-94" style="edgeStyle=orthogonalEdgeStyle;rounded=0;orthogonalLoop=1;jettySize=auto;html=1;exitX=0.5;exitY=1;exitDx=0;exitDy=0;entryX=0.5;entryY=0;entryDx=0;entryDy=0;" edge="1" parent="1" source="8KuSAU8IKoy1Pfr8xye9-86" target="8KuSAU8IKoy1Pfr8xye9-71">
          <mxGeometry relative="1" as="geometry" />
        </mxCell>
        <mxCell id="8KuSAU8IKoy1Pfr8xye9-86" value="rmtStop()" style="shape=process;whiteSpace=wrap;html=1;backgroundOutline=1;fontFamily=Courier New;fontSize=10;" vertex="1" parent="1">
          <mxGeometry x="540" y="920" width="160" height="40" as="geometry" />
        </mxCell>
        <mxCell id="8KuSAU8IKoy1Pfr8xye9-95" style="edgeStyle=orthogonalEdgeStyle;rounded=0;orthogonalLoop=1;jettySize=auto;html=1;exitX=0.5;exitY=1;exitDx=0;exitDy=0;entryX=0.5;entryY=0;entryDx=0;entryDy=0;" edge="1" parent="1" source="8KuSAU8IKoy1Pfr8xye9-87" target="8KuSAU8IKoy1Pfr8xye9-73">
          <mxGeometry relative="1" as="geometry" />
        </mxCell>
        <mxCell id="8KuSAU8IKoy1Pfr8xye9-87" value="rmtStop()" style="shape=process;whiteSpace=wrap;html=1;backgroundOutline=1;fontFamily=Courier New;fontSize=10;" vertex="1" parent="1">
          <mxGeometry x="740" y="920" width="160" height="40" as="geometry" />
        </mxCell>
        <mxCell id="8KuSAU8IKoy1Pfr8xye9-92" value="rmtStop()" style="shape=process;whiteSpace=wrap;html=1;backgroundOutline=1;fontFamily=Courier New;fontSize=10;" vertex="1" parent="1">
          <mxGeometry x="940" y="920" width="160" height="40" as="geometry" />
        </mxCell>
      </root>
    </mxGraphModel>
  </diagram>
</mxfile>
